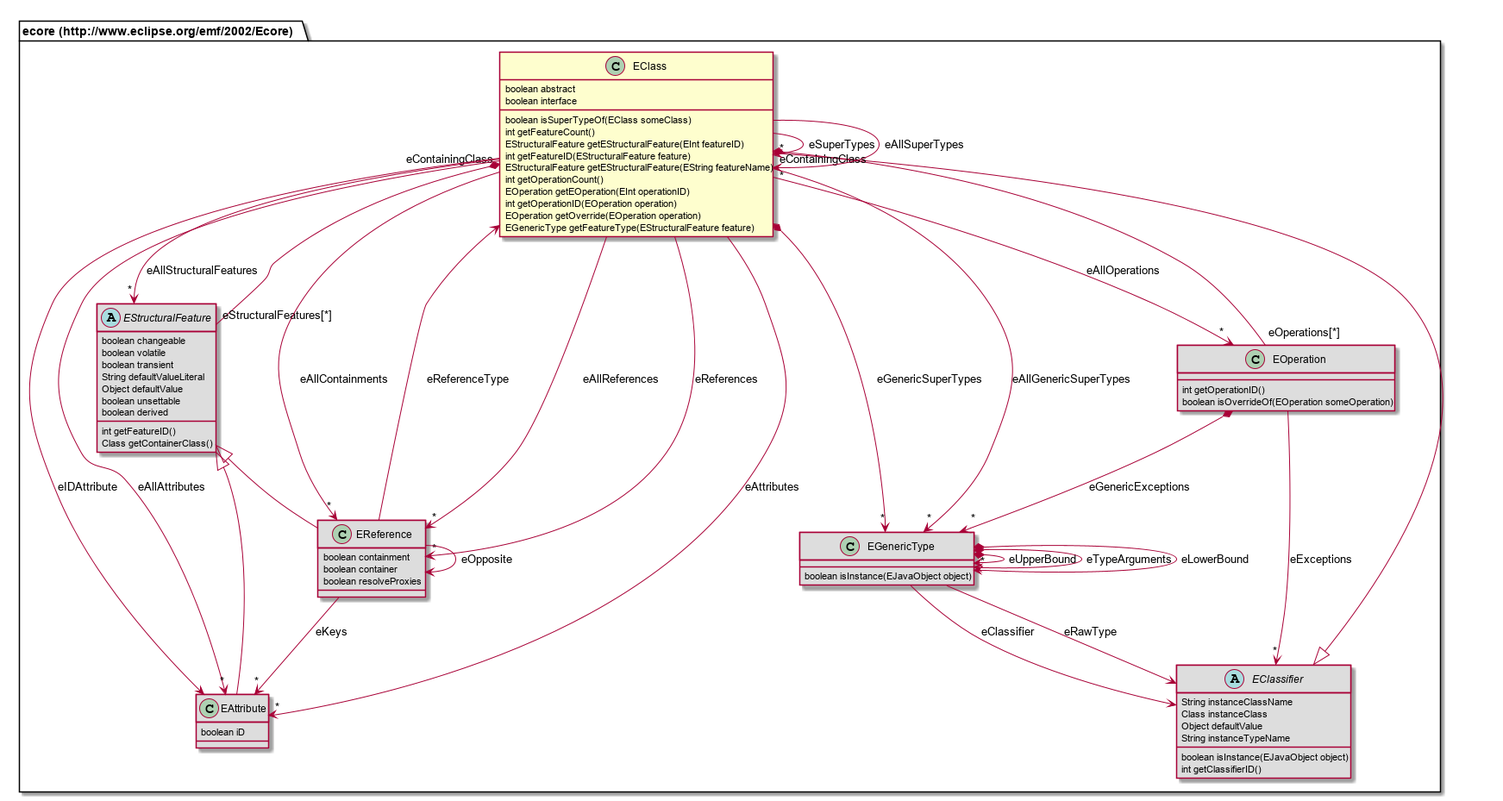
Above: repository/src/site/resources/model-doc/687474703a2f2f7777772e65636c697073652e6f72672f656d662f323030322f45636f7265/EClass.png in Nasdanika/html (PlantUML), before the change.
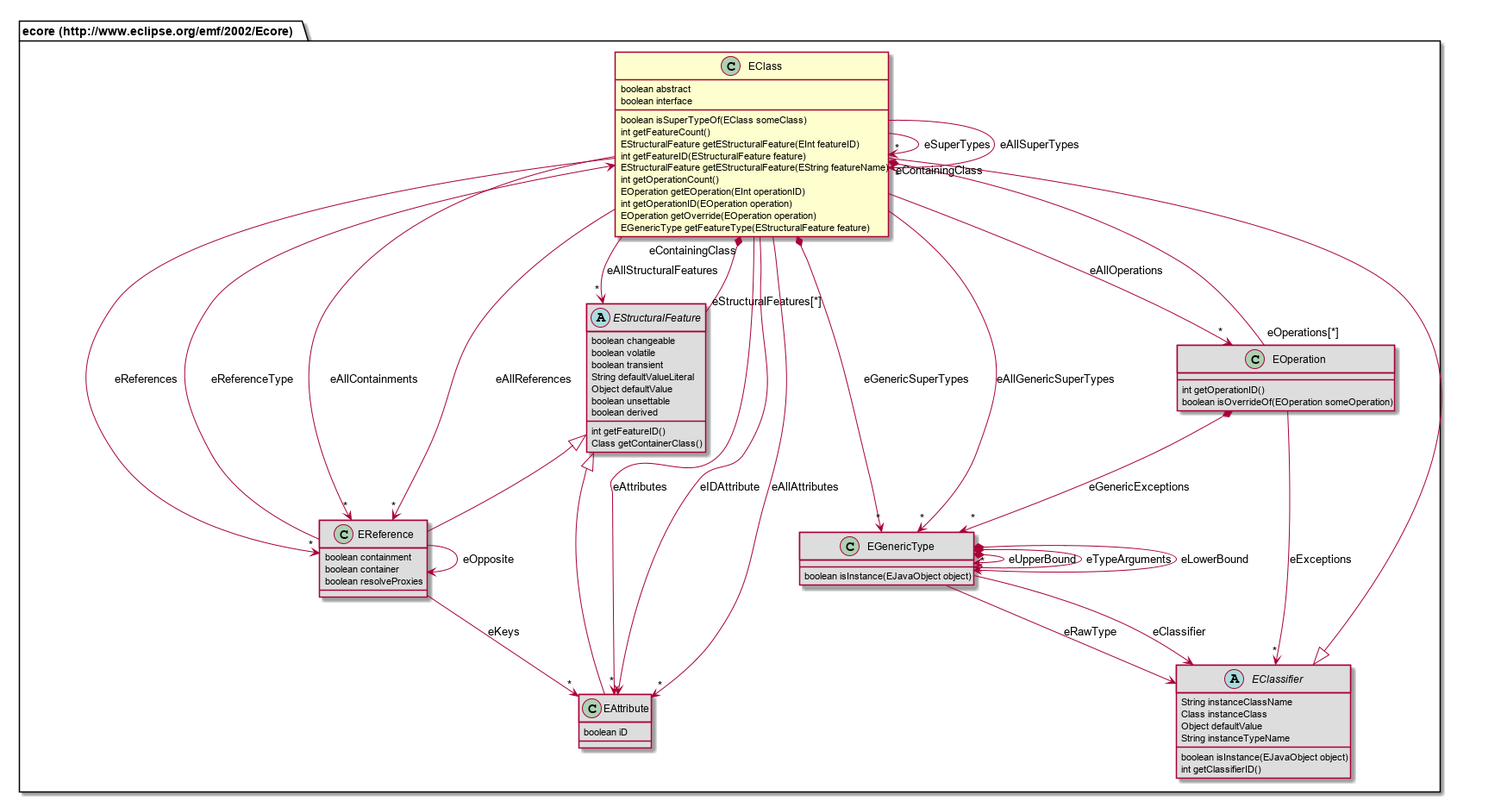
After the commit.

Diff of the diagram source:
```diff
@@ -17,13 +17,10 @@
 	int getOperationID()
 	boolean isOverrideOf(EOperation someOperation)
 }
-abstract class "ecore (http://www.eclipse.org/emf/2002/Ecore).EClassifier" [[#router/doc-content/687474703a2f2f7777772e65636c697073652e6f72672f656d662f323030322f45636f7265/EClassifier.html]] #DDDDDD {
-	String instanceClassName
-	Class instanceClass
-	Object defaultValue
-	String instanceTypeName
-	boolean isInstance(EJavaObject object)
-	int getClassifierID()
+class "ecore (http://www.eclipse.org/emf/2002/Ecore).EReference" [[#router/doc-content/687474703a2f2f7777772e65636c697073652e6f72672f656d662f323030322f45636f7265/EReference.html]] #DDDDDD {
+	boolean containment
+	boolean container
+	boolean resolveProxies
 }
 abstract class "ecore (http://www.eclipse.org/emf/2002/Ecore).EStructuralFeature" [[#router/doc-content/687474703a2f2f7777772e65636c697073652e6f72672f656d662f323030322f45636f7265/EStructuralFeature.html]] #DDDDDD {
 	boolean changeable
@@ -36,23 +33,29 @@
 	int getFeatureID()
 	Class getContainerClass()
 }
-class "ecore (http://www.eclipse.org/emf/2002/Ecore).EReference" [[#router/doc-content/687474703a2f2f7777772e65636c697073652e6f72672f656d662f323030322f45636f7265/EReference.html]] #DDDDDD {
-	boolean containment
-	boolean container
-	boolean resolveProxies
-}
 class "ecore (http://www.eclipse.org/emf/2002/Ecore).EAttribute" [[#router/doc-content/687474703a2f2f7777772e65636c697073652e6f72672f656d662f323030322f45636f7265/EAttribute.html]] #DDDDDD {
 	boolean iD
 }
 class "ecore (http://www.eclipse.org/emf/2002/Ecore).EGenericType" [[#router/doc-content/687474703a2f2f7777772e65636c697073652e6f72672f656d662f323030322f45636f7265/EGenericType.html]] #DDDDDD {
 	boolean isInstance(EJavaObject object)
 }
-"ecore (http://www.eclipse.org/emf/2002/Ecore).EClassifier" <|-- "ecore (http://www.eclipse.org/emf/2002/Ecore).EClass"
+abstract class "ecore (http://www.eclipse.org/emf/2002/Ecore).EClassifier" [[#router/doc-content/687474703a2f2f7777772e65636c697073652e6f72672f656d662f323030322f45636f7265/EClassifier.html]] #DDDDDD {
+	String instanceClassName
+	Class instanceClass
+	Object defaultValue
+	String instanceTypeName
+	boolean isInstance(EJavaObject object)
+	int getClassifierID()
+}
 "ecore (http://www.eclipse.org/emf/2002/Ecore).EStructuralFeature" <|-- "ecore (http://www.eclipse.org/emf/2002/Ecore).EReference"
 "ecore (http://www.eclipse.org/emf/2002/Ecore).EStructuralFeature" <|-- "ecore (http://www.eclipse.org/emf/2002/Ecore).EAttribute"
+"ecore (http://www.eclipse.org/emf/2002/Ecore).EClassifier" <|-- "ecore (http://www.eclipse.org/emf/2002/Ecore).EClass"
 "ecore (http://www.eclipse.org/emf/2002/Ecore).EOperation" "eOperations[*]" --* "eContainingClass" "ecore (http://www.eclipse.org/emf/2002/Ecore).EClass"
 "ecore (http://www.eclipse.org/emf/2002/Ecore).EOperation" --> "*" "ecore (http://www.eclipse.org/emf/2002/Ecore).EClassifier" : eExceptions
 "ecore (http://www.eclipse.org/emf/2002/Ecore).EOperation" *--> "*" "ecore (http://www.eclipse.org/emf/2002/Ecore).EGenericType" : eGenericExceptions
+"ecore (http://www.eclipse.org/emf/2002/Ecore).EReference" --> "ecore (http://www.eclipse.org/emf/2002/Ecore).EReference" : eOpposite
+"ecore (http://www.eclipse.org/emf/2002/Ecore).EReference" --> "ecore (http://www.eclipse.org/emf/2002/Ecore).EClass" : eReferenceType
+"ecore (http://www.eclipse.org/emf/2002/Ecore).EReference" --> "*" "ecore (http://www.eclipse.org/emf/2002/Ecore).EAttribute" : eKeys
 "ecore (http://www.eclipse.org/emf/2002/Ecore).EStructuralFeature" "eStructuralFeatures[*]" --* "eContainingClass" "ecore (http://www.eclipse.org/emf/2002/Ecore).EClass"
 "ecore (http://www.eclipse.org/emf/2002/Ecore).EClass" --> "*" "ecore (http://www.eclipse.org/emf/2002/Ecore).EClass" : eSuperTypes
 "ecore (http://www.eclipse.org/emf/2002/Ecore).EClass" --> "*" "ecore (http://www.eclipse.org/emf/2002/Ecore).EAttribute" : eAllAttributes
@@ -66,9 +69,6 @@
 "ecore (http://www.eclipse.org/emf/2002/Ecore).EClass" --> "ecore (http://www.eclipse.org/emf/2002/Ecore).EAttribute" : eIDAttribute
 "ecore (http://www.eclipse.org/emf/2002/Ecore).EClass" *--> "*" "ecore (http://www.eclipse.org/emf/2002/Ecore).EGenericType" : eGenericSuperTypes
 "ecore (http://www.eclipse.org/emf/2002/Ecore).EClass" --> "*" "ecore (http://www.eclipse.org/emf/2002/Ecore).EGenericType" : eAllGenericSuperTypes
-"ecore (http://www.eclipse.org/emf/2002/Ecore).EReference" --> "ecore (http://www.eclipse.org/emf/2002/Ecore).EReference" : eOpposite
-"ecore (http://www.eclipse.org/emf/2002/Ecore).EReference" --> "ecore (http://www.eclipse.org/emf/2002/Ecore).EClass" : eReferenceType
-"ecore (http://www.eclipse.org/emf/2002/Ecore).EReference" --> "*" "ecore (http://www.eclipse.org/emf/2002/Ecore).EAttribute" : eKeys
 "ecore (http://www.eclipse.org/emf/2002/Ecore).EGenericType" *--> "ecore (http://www.eclipse.org/emf/2002/Ecore).EGenericType" : eUpperBound
 "ecore (http://www.eclipse.org/emf/2002/Ecore).EGenericType" *--> "*" "ecore (http://www.eclipse.org/emf/2002/Ecore).EGenericType" : eTypeArguments
 "ecore (http://www.eclipse.org/emf/2002/Ecore).EGenericType" --> "ecore (http://www.eclipse.org/emf/2002/Ecore).EClassifier" : eRawType
```
